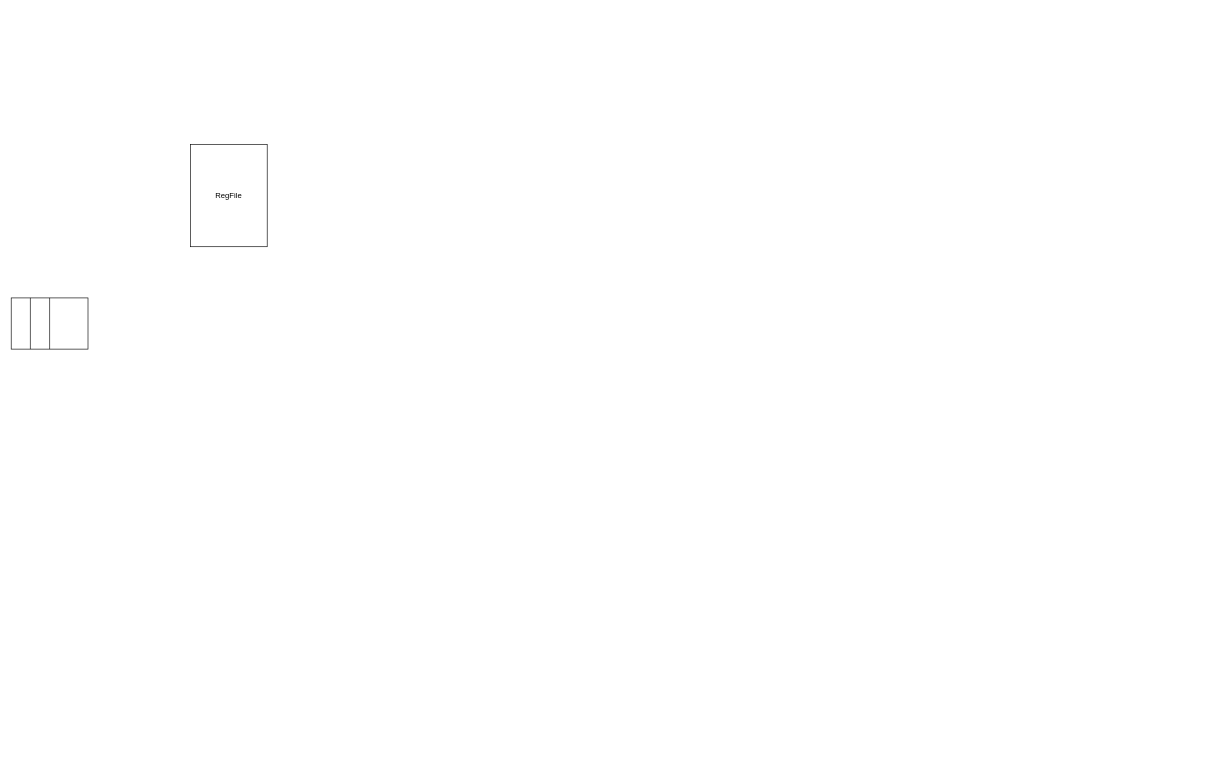
This is Diagrammi/ExecuteStage.drawio from The90Frank/MinorArmAnalyzer, a draw.io file, before an edit. Source tidied: cells renumbered, new cells numbered last; positions are measured from the earlier drawing's top-left corner, leaving out a move shared by most shapes. Both pictures are drawn from the tidied source at 64%, with x=0, y=0 at pixel (11, 144).
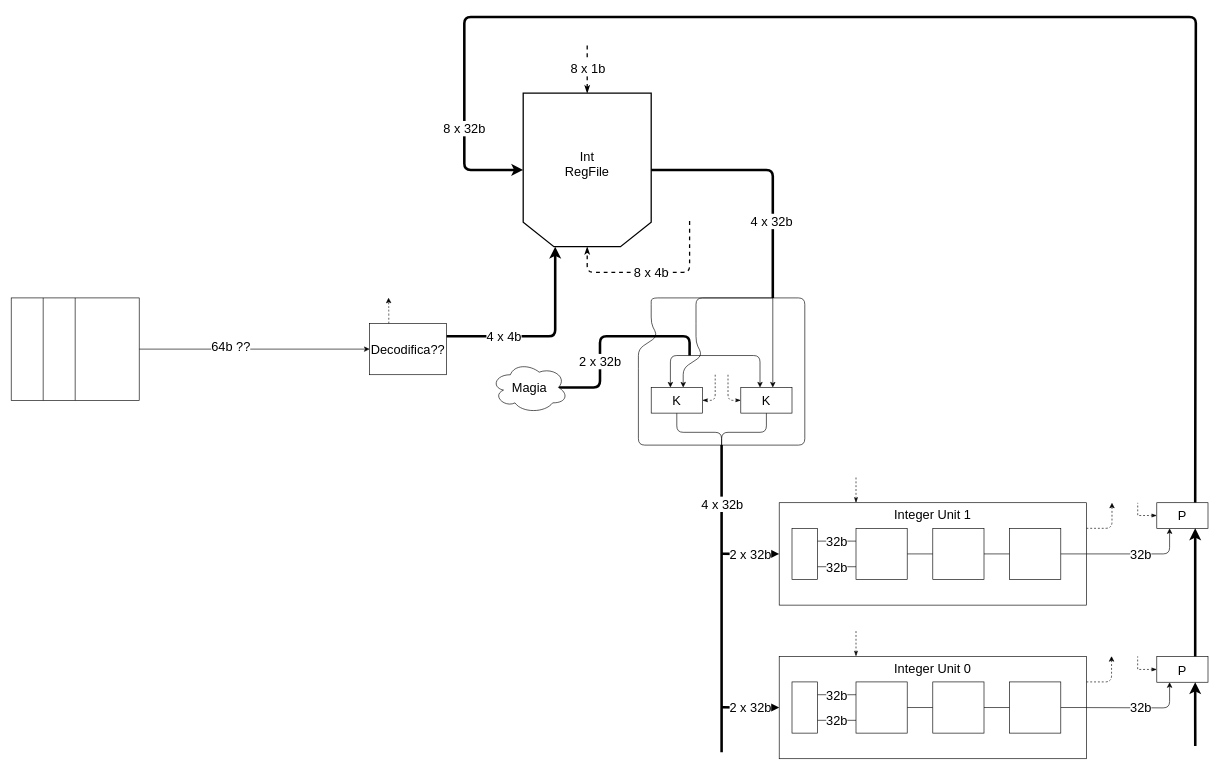
After the change.

Change to the diagram source:
```diff
@@
+    <mxCell id="6" style="edgeStyle=orthogonalEdgeStyle;rounded=0;jettySize=auto;html=1;exitX=1;exitY=0.5;exitDx=0;exitDy=0;entryX=0;entryY=0.5;entryDx=0;entryDy=0;startSize=6;endSize=6;strokeWidth=1;fontSize=20;" parent="1" edge="1" source="2" target="14">
+      <mxGeometry relative="1" as="geometry" />
+    </mxCell>
+    <mxCell id="7" value="64b ??" style="text;html=1;align=center;verticalAlign=middle;labelBackgroundColor=#ffffff;fontSize=20;" parent="6" vertex="1">
+      <mxGeometry x="-0.21" y="5" relative="1" as="geometry" />
+    </mxCell>
-    <mxCell id="2" style="rounded=0;whiteSpace=wrap;html=1;" parent="1" vertex="1">
-      <mxGeometry y="240" width="120" height="80" as="geometry" />
+    <mxCell id="2" style="rounded=0;whiteSpace=wrap;html=1;fontSize=20;align=right;" parent="1" vertex="1">
+      <mxGeometry y="240" width="200" height="160" as="geometry" />
     </mxCell>
-    <mxCell id="3" style="endArrow=none;html=1;entryX=0.25;entryY=0;entryDx=0;entryDy=0;exitX=0.25;exitY=1;exitDx=0;exitDy=0;" parent="1" edge="1" source="2" target="2">
+    <mxCell id="3" style="endArrow=none;html=1;entryX=0.25;entryY=0;entryDx=0;entryDy=0;exitX=0.25;exitY=1;exitDx=0;exitDy=0;fontSize=20;" parent="1" edge="1" source="2" target="2">
       <mxGeometry relative="1" as="geometry" />
     </mxCell>
-    <mxCell id="4" style="endArrow=none;html=1;entryX=0.5;entryY=0;entryDx=0;entryDy=0;exitX=0.5;exitY=1;exitDx=0;exitDy=0;" parent="1" edge="1" source="2" target="2">
+    <mxCell id="4" style="endArrow=none;html=1;entryX=0.5;entryY=0;entryDx=0;entryDy=0;exitX=0.5;exitY=1;exitDx=0;exitDy=0;fontSize=20;" parent="1" edge="1" source="2" target="2">
       <mxGeometry relative="1" as="geometry" />
     </mxCell>
-    <mxCell id="5" value="RegFile" style="rounded=0;whiteSpace=wrap;html=1;" parent="1" vertex="1">
-      <mxGeometry x="280" width="120" height="160" as="geometry" />
-    </mxCell>
+    <mxCell id="8" value="8 x 1b" style="edgeStyle=orthogonalEdgeStyle;rounded=1;jettySize=auto;html=1;startArrow=classicThin;startFill=1;startSize=6;endArrow=none;endFill=0;endSize=6;strokeWidth=2;dashed=1;fontSize=20;" parent="1" edge="1" source="10">
+      <mxGeometry relative="1" as="geometry">
+        <mxPoint x="900" y="-160" as="targetPoint" />
+      </mxGeometry>
+    </mxCell>
+    <mxCell id="9" value="8 x 32b" style="edgeStyle=orthogonalEdgeStyle;rounded=1;jettySize=auto;html=1;startArrow=classic;startFill=1;startSize=6;endArrow=none;endFill=0;endSize=6;strokeWidth=4;fontSize=20;exitX=1;exitY=0.5;exitDx=0;exitDy=0;entryX=0.75;entryY=0;entryDx=0;entryDy=0;" parent="1" edge="1" source="10" target="64">
+      <mxGeometry x="-0.86" relative="1" as="geometry">
+        <Array as="points">
+          <mxPoint x="708" y="40" />
+          <mxPoint x="708" y="-199" />
+          <mxPoint x="1851" y="-199" />
+          <mxPoint x="1851" y="560" />
+        </Array>
+        <mxPoint y="-1" as="offset" />
+      </mxGeometry>
+    </mxCell>
+    <mxCell id="10" style="shape=loopLimit;whiteSpace=wrap;html=1;rotation=180;size=48;strokeWidth=2;fontSize=20;" parent="1" vertex="1">
+      <mxGeometry x="800" y="-80" width="200" height="240" as="geometry" />
+    </mxCell>
+    <mxCell id="11" value="Int&lt;br style=&quot;font-size: 20px;&quot;&gt;RegFile" style="text;html=1;strokeColor=none;fillColor=none;align=center;verticalAlign=middle;whiteSpace=wrap;rounded=0;fontSize=20;" parent="1" vertex="1">
+      <mxGeometry x="880" y="20" width="40" height="20" as="geometry" />
+    </mxCell>
+    <mxCell id="12" value="4 x 4b" style="endArrow=classic;html=1;endSize=6;startSize=6;strokeWidth=4;entryX=0.75;entryY=0;entryDx=0;entryDy=0;exitX=1;exitY=0.25;exitDx=0;exitDy=0;fontSize=20;endFill=1;" parent="1" edge="1" source="14" target="10">
+      <mxGeometry x="-0.42" relative="1" as="geometry">
+        <Array as="points">
+          <mxPoint x="850" y="300" />
+        </Array>
+      </mxGeometry>
+    </mxCell>
+    <mxCell id="13" style="edgeStyle=orthogonalEdgeStyle;rounded=1;jettySize=auto;html=1;exitX=0.25;exitY=0;exitDx=0;exitDy=0;startArrow=none;startFill=0;startSize=6;endArrow=classic;endFill=1;endSize=6;strokeWidth=1;dashed=1;fontSize=20;" parent="1" edge="1" source="14">
+      <mxGeometry relative="1" as="geometry">
+        <mxPoint x="589.6" y="239.6" as="targetPoint" />
+      </mxGeometry>
+    </mxCell>
+    <mxCell id="14" value="Decodifica??" style="rounded=0;whiteSpace=wrap;html=1;fontSize=20;" parent="1" vertex="1">
+      <mxGeometry x="560" y="280" width="120" height="80" as="geometry" />
+    </mxCell>
+    <mxCell id="15" value="2 x 32b" style="endArrow=none;html=1;strokeWidth=4;endFill=0;exitX=0.875;exitY=0.5;exitDx=0;exitDy=0;exitPerimeter=0;fontSize=20;" parent="1" edge="1" source="22">
+      <mxGeometry x="-0.33" relative="1" as="geometry">
+        <mxPoint x="1060" y="330" as="targetPoint" />
+        <Array as="points">
+          <mxPoint x="920" y="380" />
+          <mxPoint x="920" y="300" />
+          <mxPoint x="1060" y="300" />
+        </Array>
+      </mxGeometry>
+    </mxCell>
+    <mxCell id="16" style="endArrow=classic;html=1;strokeWidth=1;fontSize=20;" parent="1" edge="1">
+      <mxGeometry relative="1" as="geometry">
+        <mxPoint x="1070" y="330" as="sourcePoint" />
+        <mxPoint x="1030" y="380" as="targetPoint" />
+        <Array as="points">
+          <mxPoint x="1030" y="330" />
+        </Array>
+      </mxGeometry>
+    </mxCell>
+    <mxCell id="17" style="endArrow=classic;html=1;strokeWidth=1;fontSize=20;" parent="1" edge="1">
+      <mxGeometry relative="1" as="geometry">
+        <mxPoint x="1070" y="330" as="sourcePoint" />
+        <mxPoint x="1170" y="380" as="targetPoint" />
+        <Array as="points">
+          <mxPoint x="1170" y="330" />
+        </Array>
+      </mxGeometry>
+    </mxCell>
+    <mxCell id="18" value="4 x 32b" style="endArrow=none;html=1;strokeWidth=4;exitX=0;exitY=0.5;exitDx=0;exitDy=0;endFill=0;fontSize=20;" parent="1" edge="1" source="10">
+      <mxGeometry x="-0.24" y="-40" relative="1" as="geometry">
+        <mxPoint x="1190" y="240" as="targetPoint" />
+        <Array as="points">
+          <mxPoint x="1190" y="40" />
+          <mxPoint x="1190" y="110" />
+        </Array>
+        <mxPoint x="40" y="40" as="offset" />
+      </mxGeometry>
+    </mxCell>
+    <mxCell id="19" style="endArrow=none;html=1;strokeWidth=1;endFill=0;fontSize=20;" parent="1" edge="1">
+      <mxGeometry relative="1" as="geometry">
+        <mxPoint x="1070" y="280" as="sourcePoint" />
+        <mxPoint x="1190" y="240" as="targetPoint" />
+        <Array as="points">
+          <mxPoint x="1070" y="240" />
+        </Array>
+      </mxGeometry>
+    </mxCell>
+    <mxCell id="20" style="endArrow=none;html=1;strokeWidth=1;rounded=1;endFill=0;startArrow=classic;startFill=1;fontSize=20;" parent="1" edge="1">
+      <mxGeometry relative="1" as="geometry">
+        <mxPoint x="1050" y="380" as="sourcePoint" />
+        <mxPoint x="1070" y="280" as="targetPoint" />
+        <Array as="points">
+          <mxPoint x="1050" y="350" />
+          <mxPoint x="1080" y="330" />
+          <mxPoint x="1070" y="310" />
+        </Array>
+      </mxGeometry>
+    </mxCell>
+    <mxCell id="21" style="endArrow=classic;html=1;strokeWidth=1;fontSize=20;" parent="1" edge="1">
+      <mxGeometry relative="1" as="geometry">
+        <mxPoint x="1190" y="240" as="sourcePoint" />
+        <mxPoint x="1190" y="380" as="targetPoint" />
+      </mxGeometry>
+    </mxCell>
+    <mxCell id="22" value="Magia" style="ellipse;shape=cloud;whiteSpace=wrap;html=1;fontSize=20;" parent="1" vertex="1">
+      <mxGeometry x="750" y="340" width="120" height="80" as="geometry" />
+    </mxCell>
+    <mxCell id="23" style="edgeStyle=orthogonalEdgeStyle;rounded=1;jettySize=auto;html=1;exitX=0.5;exitY=1;exitDx=0;exitDy=0;startArrow=none;startFill=0;startSize=6;endArrow=none;endFill=0;endSize=6;strokeWidth=1;fontSize=20;" parent="1" edge="1" source="24">
+      <mxGeometry relative="1" as="geometry">
+        <mxPoint x="1110" y="470" as="targetPoint" />
+        <Array as="points">
+          <mxPoint x="1040" y="450" />
+          <mxPoint x="1110" y="450" />
+        </Array>
+      </mxGeometry>
+    </mxCell>
+    <mxCell id="24" value="K" style="rounded=0;whiteSpace=wrap;html=1;fontSize=20;" parent="1" vertex="1">
+      <mxGeometry x="1000" y="380" width="80" height="40" as="geometry" />
+    </mxCell>
+    <mxCell id="25" style="edgeStyle=orthogonalEdgeStyle;rounded=1;jettySize=auto;html=1;exitX=0.5;exitY=1;exitDx=0;exitDy=0;startArrow=none;startFill=0;startSize=6;endArrow=none;endFill=0;endSize=6;strokeWidth=1;fontSize=20;" parent="1" edge="1" source="26">
+      <mxGeometry relative="1" as="geometry">
+        <mxPoint x="1110" y="470" as="targetPoint" />
+        <Array as="points">
+          <mxPoint x="1180" y="450" />
+          <mxPoint x="1110" y="450" />
+        </Array>
+      </mxGeometry>
+    </mxCell>
+    <mxCell id="26" value="K" style="rounded=0;whiteSpace=wrap;html=1;fontSize=20;" parent="1" vertex="1">
+      <mxGeometry x="1140" y="380" width="80" height="40" as="geometry" />
+    </mxCell>
+    <mxCell id="27" style="endArrow=classicThin;dashed=1;html=1;strokeWidth=1;entryX=1;entryY=0.5;entryDx=0;entryDy=0;endFill=1;fontSize=20;" parent="1" edge="1" target="24">
+      <mxGeometry relative="1" as="geometry">
+        <mxPoint x="1100" y="360" as="sourcePoint" />
+        <Array as="points">
+          <mxPoint x="1100" y="400" />
+        </Array>
+      </mxGeometry>
+    </mxCell>
+    <mxCell id="28" style="endArrow=classicThin;dashed=1;html=1;strokeWidth=1;entryX=0;entryY=0.5;entryDx=0;entryDy=0;endFill=1;fontSize=20;" parent="1" edge="1">
+      <mxGeometry relative="1" as="geometry">
+        <mxPoint x="1120" y="360" as="sourcePoint" />
+        <mxPoint x="1140" y="400" as="targetPoint" />
+        <Array as="points">
+          <mxPoint x="1120" y="400" />
+        </Array>
+      </mxGeometry>
+    </mxCell>
+    <mxCell id="29" style="endArrow=none;html=1;strokeWidth=1;endFill=0;fontSize=20;" parent="1" edge="1">
+      <mxGeometry relative="1" as="geometry">
+        <mxPoint x="1190" y="240" as="sourcePoint" />
+        <mxPoint x="1110" y="470" as="targetPoint" />
+        <Array as="points">
+          <mxPoint x="1240" y="240" />
+          <mxPoint x="1240" y="470" />
+        </Array>
+      </mxGeometry>
+    </mxCell>
+    <mxCell id="30" style="endArrow=none;html=1;strokeWidth=1;endFill=0;fontSize=20;" parent="1" edge="1">
+      <mxGeometry relative="1" as="geometry">
+        <mxPoint x="1190" y="240" as="sourcePoint" />
+        <mxPoint x="1000" y="250" as="targetPoint" />
+        <Array as="points">
+          <mxPoint x="1000" y="240" />
+        </Array>
+      </mxGeometry>
+    </mxCell>
+    <mxCell id="31" style="endArrow=none;html=1;strokeWidth=1;endFill=0;fontSize=20;" parent="1" edge="1">
+      <mxGeometry relative="1" as="geometry">
+        <mxPoint x="980" y="350" as="sourcePoint" />
+        <mxPoint x="1110" y="470" as="targetPoint" />
+        <Array as="points">
+          <mxPoint x="980" y="470" />
+        </Array>
+      </mxGeometry>
+    </mxCell>
+    <mxCell id="32" style="endArrow=none;html=1;strokeWidth=1;rounded=1;endFill=0;startArrow=none;startFill=0;fontSize=20;" parent="1" edge="1">
+      <mxGeometry relative="1" as="geometry">
+        <mxPoint x="980" y="350" as="sourcePoint" />
+        <mxPoint x="1000" y="250" as="targetPoint" />
+        <Array as="points">
+          <mxPoint x="980" y="320" />
+          <mxPoint x="1010" y="300" />
+          <mxPoint x="1000" y="280" />
+        </Array>
+      </mxGeometry>
+    </mxCell>
+    <mxCell id="33" value="32b" style="edgeStyle=orthogonalEdgeStyle;rounded=1;jettySize=auto;html=1;startArrow=none;startFill=0;startSize=6;endArrow=classic;endFill=1;endSize=6;strokeWidth=1;fontSize=20;entryX=0.25;entryY=1;entryDx=0;entryDy=0;" parent="1" edge="1" source="36" target="64">
+      <mxGeometry relative="1" as="geometry" />
+    </mxCell>
+    <mxCell id="34" style="edgeStyle=orthogonalEdgeStyle;rounded=1;jettySize=auto;html=1;exitX=1;exitY=0.25;exitDx=0;exitDy=0;dashed=1;startArrow=none;startFill=0;startSize=6;endArrow=classic;endFill=1;endSize=6;strokeWidth=1;fontSize=20;" parent="1" edge="1" source="36">
+      <mxGeometry relative="1" as="geometry">
+        <mxPoint x="1720" y="560" as="targetPoint" />
+        <Array as="points">
+          <mxPoint x="1720" y="600" />
+        </Array>
+      </mxGeometry>
+    </mxCell>
+    <mxCell id="35" value="2 x 32b&lt;br style=&quot;font-size: 20px;&quot;&gt;" style="edgeStyle=orthogonalEdgeStyle;rounded=1;jettySize=auto;html=1;exitX=0;exitY=0.5;exitDx=0;exitDy=0;startArrow=classic;startFill=1;startSize=6;endArrow=none;endFill=0;endSize=6;strokeWidth=4;fontSize=20;" parent="1" edge="1" source="36">
+      <mxGeometry relative="1" as="geometry">
+        <mxPoint x="1110" y="639.6" as="targetPoint" />
+      </mxGeometry>
+    </mxCell>
+    <mxCell id="36" value="&lt;font style=&quot;font-size: 20px&quot;&gt;Integer Unit 1&lt;/font&gt;" style="rounded=0;whiteSpace=wrap;html=1;verticalAlign=top;fontSize=20;" parent="1" vertex="1">
+      <mxGeometry x="1200" y="560" width="480" height="160" as="geometry" />
+    </mxCell>
+    <mxCell id="37" style="endArrow=none;html=1;strokeWidth=4;endFill=0;fontSize=20;" parent="1" edge="1">
+      <mxGeometry relative="1" as="geometry">
+        <mxPoint x="1110" y="470" as="sourcePoint" />
+        <mxPoint x="1110" y="950" as="targetPoint" />
+      </mxGeometry>
+    </mxCell>
+    <mxCell id="38" value="4 x 32b" style="text;html=1;align=center;verticalAlign=middle;labelBackgroundColor=#ffffff;fontSize=20;" parent="37" vertex="1">
+      <mxGeometry x="-0.33" relative="1" as="geometry">
+        <mxPoint y="-70" as="offset" />
+      </mxGeometry>
+    </mxCell>
+    <mxCell id="39" style="edgeStyle=orthogonalEdgeStyle;rounded=1;jettySize=auto;html=1;exitX=1;exitY=0.5;exitDx=0;exitDy=0;entryX=0;entryY=0.5;entryDx=0;entryDy=0;startArrow=none;startFill=0;startSize=6;endArrow=none;endFill=0;endSize=6;strokeWidth=1;fontSize=20;" parent="1" edge="1" source="40" target="42">
+      <mxGeometry relative="1" as="geometry" />
+    </mxCell>
+    <mxCell id="40" style="whiteSpace=wrap;html=1;fontSize=20;" parent="1" vertex="1">
+      <mxGeometry x="1320" y="600" width="80" height="80" as="geometry" />
+    </mxCell>
+    <mxCell id="41" style="edgeStyle=orthogonalEdgeStyle;rounded=1;jettySize=auto;html=1;exitX=1;exitY=0.5;exitDx=0;exitDy=0;entryX=0;entryY=0.5;entryDx=0;entryDy=0;startArrow=none;startFill=0;startSize=6;endArrow=none;endFill=0;endSize=6;strokeWidth=1;fontSize=20;" parent="1" edge="1" source="42" target="43">
+      <mxGeometry relative="1" as="geometry" />
+    </mxCell>
+    <mxCell id="42" style="whiteSpace=wrap;html=1;fontSize=20;" parent="1" vertex="1">
+      <mxGeometry x="1440" y="600" width="80" height="80" as="geometry" />
+    </mxCell>
+    <mxCell id="43" style="whiteSpace=wrap;html=1;fontSize=20;" parent="1" vertex="1">
+      <mxGeometry x="1560" y="600" width="80" height="80" as="geometry" />
+    </mxCell>
+    <mxCell id="44" style="rounded=0;whiteSpace=wrap;html=1;fontSize=20;" parent="1" vertex="1">
+      <mxGeometry x="1220" y="600" width="40" height="80" as="geometry" />
+    </mxCell>
+    <mxCell id="45" style="endArrow=none;html=1;strokeWidth=1;exitX=1;exitY=0.5;exitDx=0;exitDy=0;entryX=1;entryY=0.5;entryDx=0;entryDy=0;fontSize=20;" parent="1" edge="1" source="36" target="43">
+      <mxGeometry relative="1" as="geometry" />
+    </mxCell>
+    <mxCell id="46" value="32b" style="endArrow=none;html=1;strokeWidth=1;entryX=0;entryY=0.25;entryDx=0;entryDy=0;exitX=1;exitY=0.25;exitDx=0;exitDy=0;fontSize=20;" parent="1" edge="1" source="44" target="40">
+      <mxGeometry relative="1" as="geometry" />
+    </mxCell>
+    <mxCell id="47" value="32b" style="endArrow=none;html=1;strokeWidth=1;entryX=0;entryY=0.75;entryDx=0;entryDy=0;exitX=1;exitY=0.75;exitDx=0;exitDy=0;fontSize=20;" parent="1" edge="1" source="44" target="40">
+      <mxGeometry relative="1" as="geometry" />
+    </mxCell>
+    <mxCell id="48" style="endArrow=none;dashed=1;html=1;strokeWidth=1;exitX=0.25;exitY=0;exitDx=0;exitDy=0;endFill=0;startArrow=classicThin;startFill=1;fontSize=20;" parent="1" edge="1" source="36">
+      <mxGeometry relative="1" as="geometry">
+        <mxPoint x="1320" y="520" as="targetPoint" />
+      </mxGeometry>
+    </mxCell>
+    <mxCell id="49" style="edgeStyle=orthogonalEdgeStyle;rounded=1;jettySize=auto;html=1;exitX=1;exitY=0.25;exitDx=0;exitDy=0;dashed=1;startArrow=none;startFill=0;startSize=6;endArrow=classic;endFill=1;endSize=6;strokeWidth=1;fontSize=20;" parent="1" edge="1" source="51">
+      <mxGeometry relative="1" as="geometry">
+        <mxPoint x="1719.3" y="799.7" as="targetPoint" />
+        <Array as="points">
+          <mxPoint x="1720" y="840" />
+        </Array>
+      </mxGeometry>
+    </mxCell>
+    <mxCell id="50" value="2 x 32b&lt;br style=&quot;font-size: 20px;&quot;&gt;" style="edgeStyle=orthogonalEdgeStyle;rounded=1;jettySize=auto;html=1;exitX=0;exitY=0.5;exitDx=0;exitDy=0;startArrow=classic;startFill=1;startSize=6;endArrow=none;endFill=0;endSize=6;strokeWidth=4;fontSize=20;" parent="1" edge="1" source="51">
+      <mxGeometry relative="1" as="geometry">
+        <mxPoint x="1110" y="879.6" as="targetPoint" />
+      </mxGeometry>
+    </mxCell>
+    <mxCell id="51" value="&lt;font style=&quot;font-size: 20px&quot;&gt;Integer Unit 0&lt;br style=&quot;font-size: 20px&quot;&gt;&lt;/font&gt;" style="rounded=0;whiteSpace=wrap;html=1;verticalAlign=top;fontSize=20;" parent="1" vertex="1">
+      <mxGeometry x="1200" y="800" width="480" height="160" as="geometry" />
+    </mxCell>
+    <mxCell id="52" style="edgeStyle=orthogonalEdgeStyle;rounded=1;jettySize=auto;html=1;exitX=1;exitY=0.5;exitDx=0;exitDy=0;entryX=0;entryY=0.5;entryDx=0;entryDy=0;startArrow=none;startFill=0;startSize=6;endArrow=none;endFill=0;endSize=6;strokeWidth=1;fontSize=20;" parent="1" edge="1" source="53" target="55">
+      <mxGeometry relative="1" as="geometry" />
+    </mxCell>
+    <mxCell id="53" style="whiteSpace=wrap;html=1;fontSize=20;" parent="1" vertex="1">
+      <mxGeometry x="1320" y="840" width="80" height="80" as="geometry" />
+    </mxCell>
+    <mxCell id="54" style="edgeStyle=orthogonalEdgeStyle;rounded=1;jettySize=auto;html=1;exitX=1;exitY=0.5;exitDx=0;exitDy=0;entryX=0;entryY=0.5;entryDx=0;entryDy=0;startArrow=none;startFill=0;startSize=6;endArrow=none;endFill=0;endSize=6;strokeWidth=1;fontSize=20;" parent="1" edge="1" source="55" target="56">
+      <mxGeometry relative="1" as="geometry" />
+    </mxCell>
+    <mxCell id="55" style="whiteSpace=wrap;html=1;fontSize=20;" parent="1" vertex="1">
+      <mxGeometry x="1440" y="840" width="80" height="80" as="geometry" />
+    </mxCell>
+    <mxCell id="56" style="whiteSpace=wrap;html=1;fontSize=20;" parent="1" vertex="1">
+      <mxGeometry x="1560" y="840" width="80" height="80" as="geometry" />
+    </mxCell>
+    <mxCell id="57" style="rounded=0;whiteSpace=wrap;html=1;fontSize=20;" parent="1" vertex="1">
+      <mxGeometry x="1220" y="840" width="40" height="80" as="geometry" />
+    </mxCell>
+    <mxCell id="58" style="endArrow=none;html=1;strokeWidth=1;exitX=1;exitY=0.5;exitDx=0;exitDy=0;entryX=1;entryY=0.5;entryDx=0;entryDy=0;fontSize=20;" parent="1" edge="1" source="51" target="56">
+      <mxGeometry relative="1" as="geometry" />
+    </mxCell>
+    <mxCell id="59" value="32b" style="endArrow=none;html=1;strokeWidth=1;entryX=0;entryY=0.25;entryDx=0;entryDy=0;exitX=1;exitY=0.25;exitDx=0;exitDy=0;fontSize=20;" parent="1" edge="1" source="57" target="53">
+      <mxGeometry relative="1" as="geometry" />
+    </mxCell>
+    <mxCell id="60" value="32b" style="endArrow=none;html=1;strokeWidth=1;entryX=0;entryY=0.75;entryDx=0;entryDy=0;exitX=1;exitY=0.75;exitDx=0;exitDy=0;fontSize=20;" parent="1" edge="1" source="57" target="53">
+      <mxGeometry relative="1" as="geometry" />
+    </mxCell>
+    <mxCell id="61" style="endArrow=none;dashed=1;html=1;strokeWidth=1;exitX=0.25;exitY=0;exitDx=0;exitDy=0;endFill=0;startArrow=classicThin;startFill=1;fontSize=20;" parent="1" edge="1" source="51">
+      <mxGeometry relative="1" as="geometry">
+        <mxPoint x="1320" y="760" as="targetPoint" />
+      </mxGeometry>
+    </mxCell>
+    <mxCell id="62" value="8 x 4b" style="endArrow=classicThin;dashed=1;html=1;strokeWidth=2;entryX=0.5;entryY=0;entryDx=0;entryDy=0;startArrow=none;startFill=0;endFill=1;fontSize=20;" parent="1" edge="1" target="10">
+      <mxGeometry relative="1" as="geometry">
+        <mxPoint x="1060" y="120" as="sourcePoint" />
+        <Array as="points">
+          <mxPoint x="1060" y="200" />
+          <mxPoint x="900" y="200" />
+        </Array>
+      </mxGeometry>
+    </mxCell>
+    <mxCell id="63" style="edgeStyle=orthogonalEdgeStyle;rounded=0;jettySize=auto;html=1;exitX=0;exitY=0.5;exitDx=0;exitDy=0;fontSize=20;startArrow=classicThin;startFill=1;endArrow=none;endFill=0;dashed=1;" parent="1" edge="1" source="64">
+      <mxGeometry relative="1" as="geometry">
+        <mxPoint x="1760.2" y="560.2" as="targetPoint" />
+      </mxGeometry>
+    </mxCell>
+    <mxCell id="64" value="P" style="rounded=0;whiteSpace=wrap;html=1;fontSize=20;" parent="1" vertex="1">
+      <mxGeometry x="1790" y="560" width="80" height="40" as="geometry" />
+    </mxCell>
+    <mxCell id="65" style="edgeStyle=orthogonalEdgeStyle;rounded=1;jettySize=auto;html=1;exitX=0.75;exitY=1;exitDx=0;exitDy=0;startArrow=classic;startFill=1;startSize=6;endArrow=none;endFill=0;endSize=6;strokeWidth=4;fontSize=20;entryX=0.75;entryY=0;entryDx=0;entryDy=0;" parent="1" edge="1" source="64" target="68">
+      <mxGeometry relative="1" as="geometry" />
+    </mxCell>
+    <mxCell id="66" value="32b" style="edgeStyle=orthogonalEdgeStyle;rounded=1;jettySize=auto;html=1;startArrow=none;startFill=0;startSize=6;endArrow=classic;endFill=1;endSize=6;strokeWidth=1;fontSize=20;entryX=0.25;entryY=1;entryDx=0;entryDy=0;" parent="1" edge="1" target="68">
+      <mxGeometry relative="1" as="geometry">
+        <mxPoint x="1680" y="880.1" as="sourcePoint" />
+      </mxGeometry>
+    </mxCell>
+    <mxCell id="67" style="edgeStyle=orthogonalEdgeStyle;rounded=0;jettySize=auto;html=1;exitX=0;exitY=0.5;exitDx=0;exitDy=0;fontSize=20;startArrow=classicThin;startFill=1;endArrow=none;endFill=0;dashed=1;" parent="1" edge="1" source="68">
+      <mxGeometry relative="1" as="geometry">
+        <mxPoint x="1760.1" y="800.1" as="targetPoint" />
+      </mxGeometry>
+    </mxCell>
+    <mxCell id="68" value="P" style="rounded=0;whiteSpace=wrap;html=1;fontSize=20;" parent="1" vertex="1">
+      <mxGeometry x="1790" y="800.5" width="80" height="40" as="geometry" />
+    </mxCell>
+    <mxCell id="69" style="edgeStyle=orthogonalEdgeStyle;rounded=1;jettySize=auto;html=1;exitX=0.75;exitY=1;exitDx=0;exitDy=0;startArrow=classic;startFill=1;startSize=6;endArrow=none;endFill=0;endSize=6;strokeWidth=4;fontSize=20;" parent="1" edge="1" source="68">
+      <mxGeometry relative="1" as="geometry">
+        <mxPoint x="1850.1" y="940.1" as="targetPoint" />
+        <Array as="points">
+          <mxPoint x="1850" y="890.5" />
+          <mxPoint x="1850" y="890.5" />
+        </Array>
+      </mxGeometry>
+    </mxCell>
```
